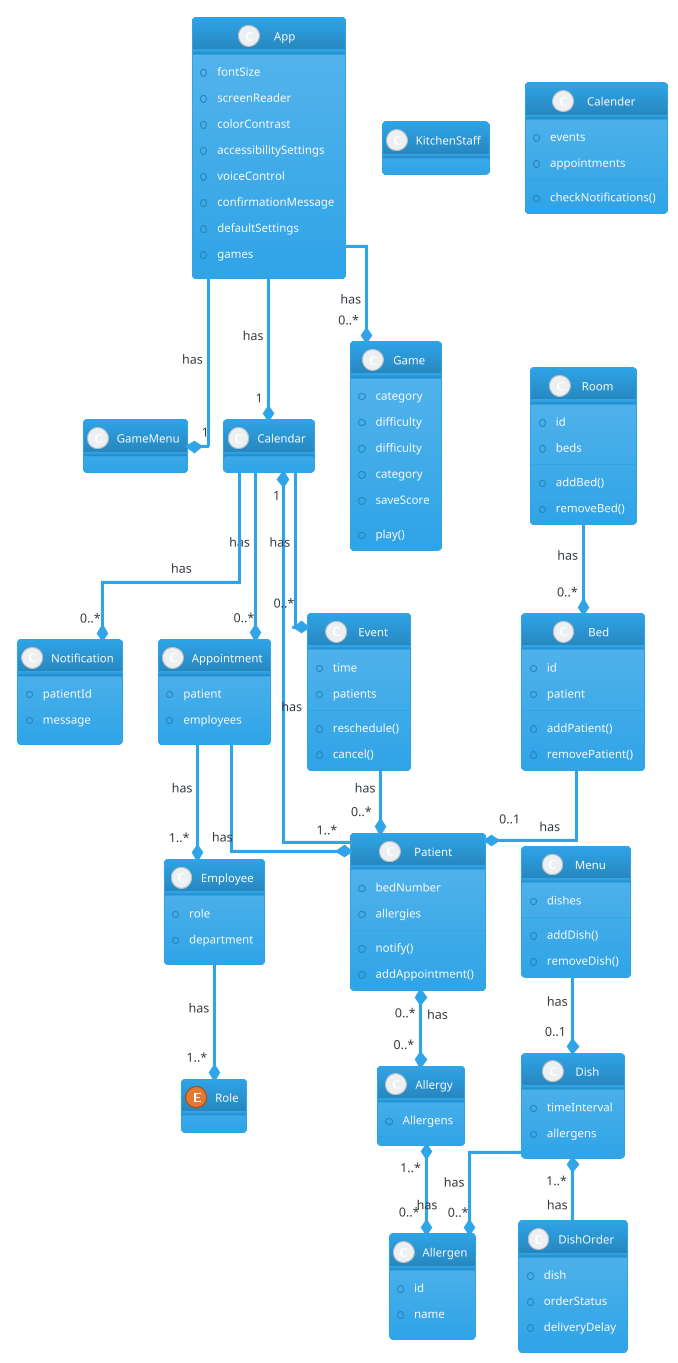
Above: puml/class-diagram.png in Oskar123456/SYSDAT-F25-TEAM-G (PlantUML), before the change.
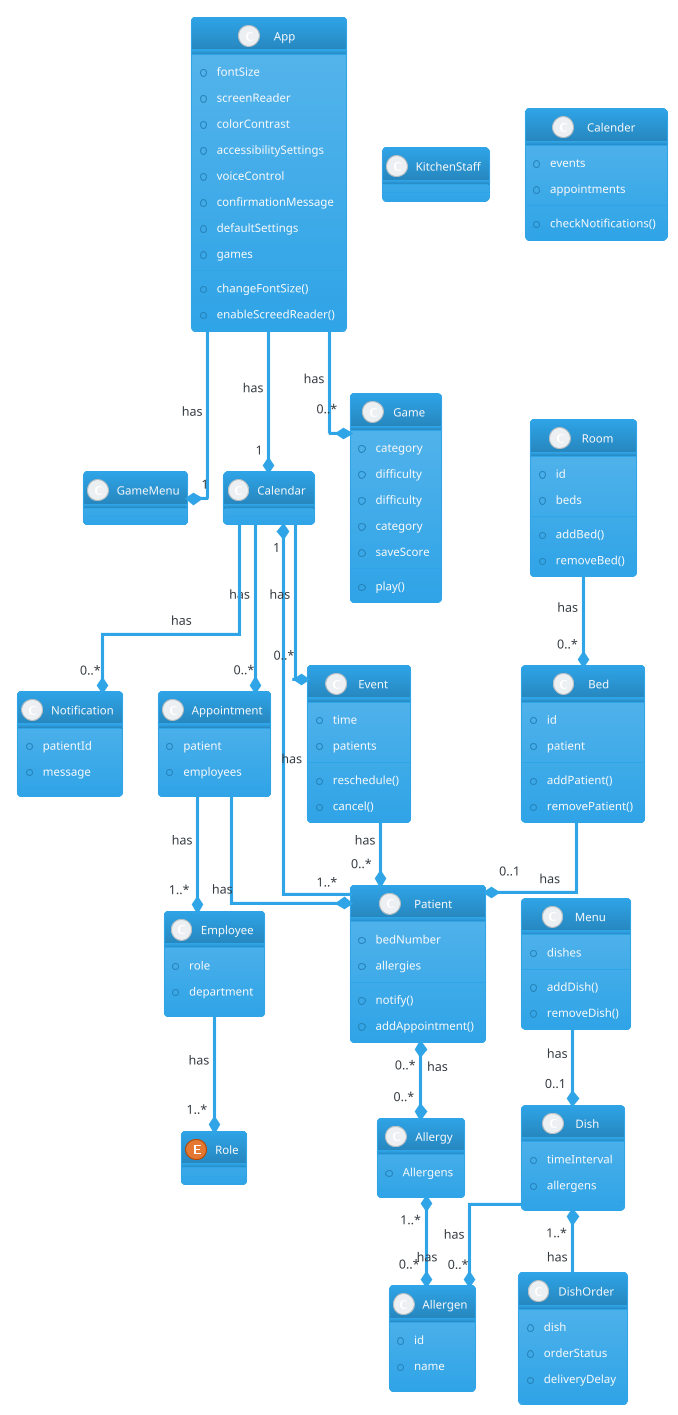
The same file after the commit.

Commit message:
update class diagram

Diff of the diagram source:
```diff
@@ -11,6 +11,8 @@
     +confirmationMessage
     +defaultSettings
     +games
+    +changeFontSize()
+    +enableScreedReader()
 }
 
 class Patient {
```
